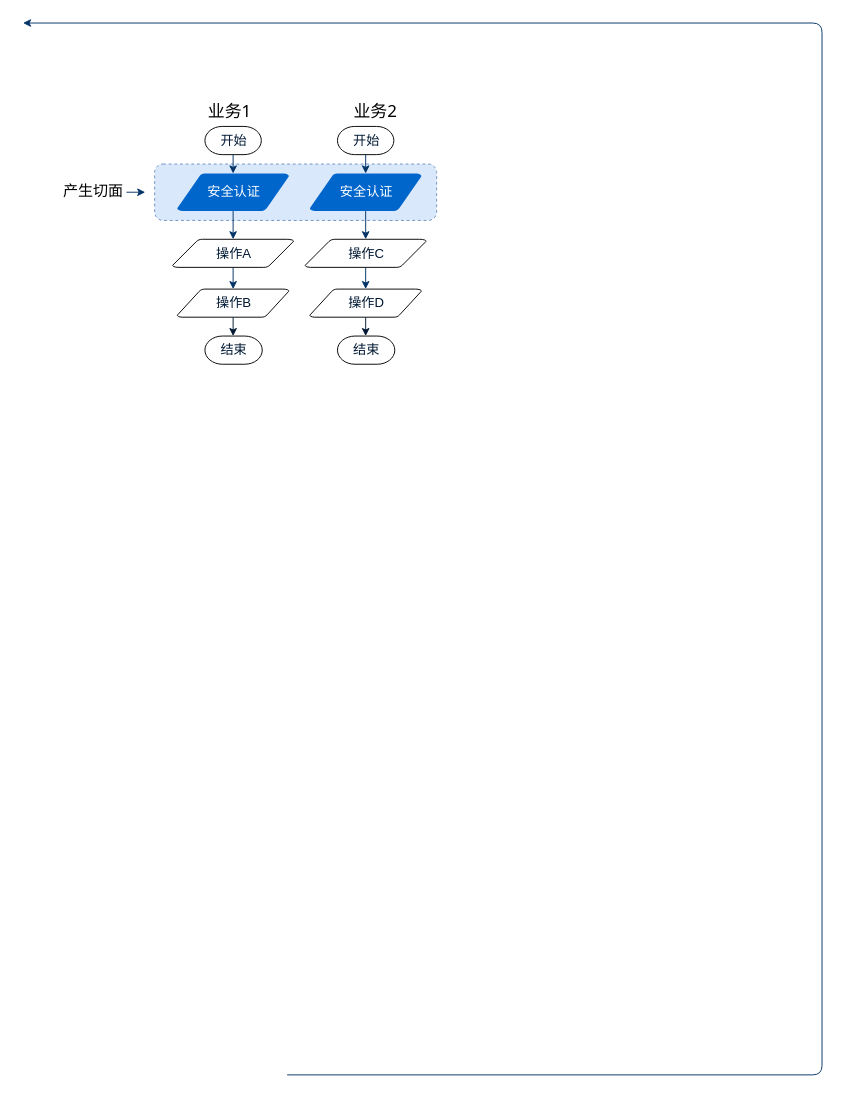
The draw.io diagram Untitled Diagram.drawio in waterwatermelon/graph, before the edit. Source tidied: cells renumbered, new cells numbered last; positions are measured from the earlier drawing's top-left corner, leaving out a move shared by most shapes. Both pictures are drawn from the tidied source at 94%, with x=0, y=0 at pixel (23, 23).
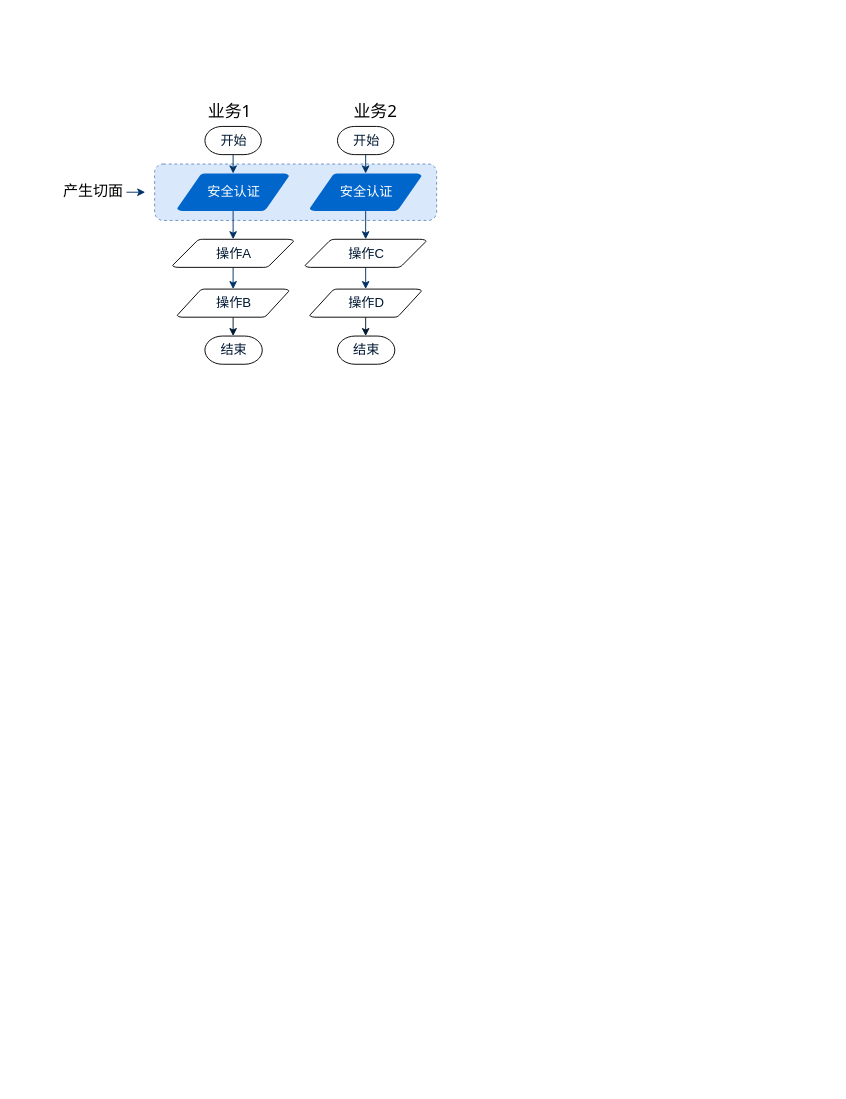
Above is the later version.

Diff of the diagram source:
```diff
@@
-    <mxCell id="11" style="edgeStyle=elbowEdgeStyle;elbow=horizontal;exitX=1;exitY=0.5;exitPerimeter=0;entryX=0.905;entryY=0.5;entryPerimeter=0;fontColor=#001933;fontStyle=1;strokeColor=#003366;strokeWidth=1;html=1;" parent="1" edge="1">
-      <mxGeometry as="geometry">
-        <mxPoint x="281" y="1119" as="sourcePoint" />
-        <mxPoint as="targetPoint" />
-        <Array as="points">
-          <mxPoint x="850" y="1320" />
-        </Array>
-      </mxGeometry>
-    </mxCell>
```
